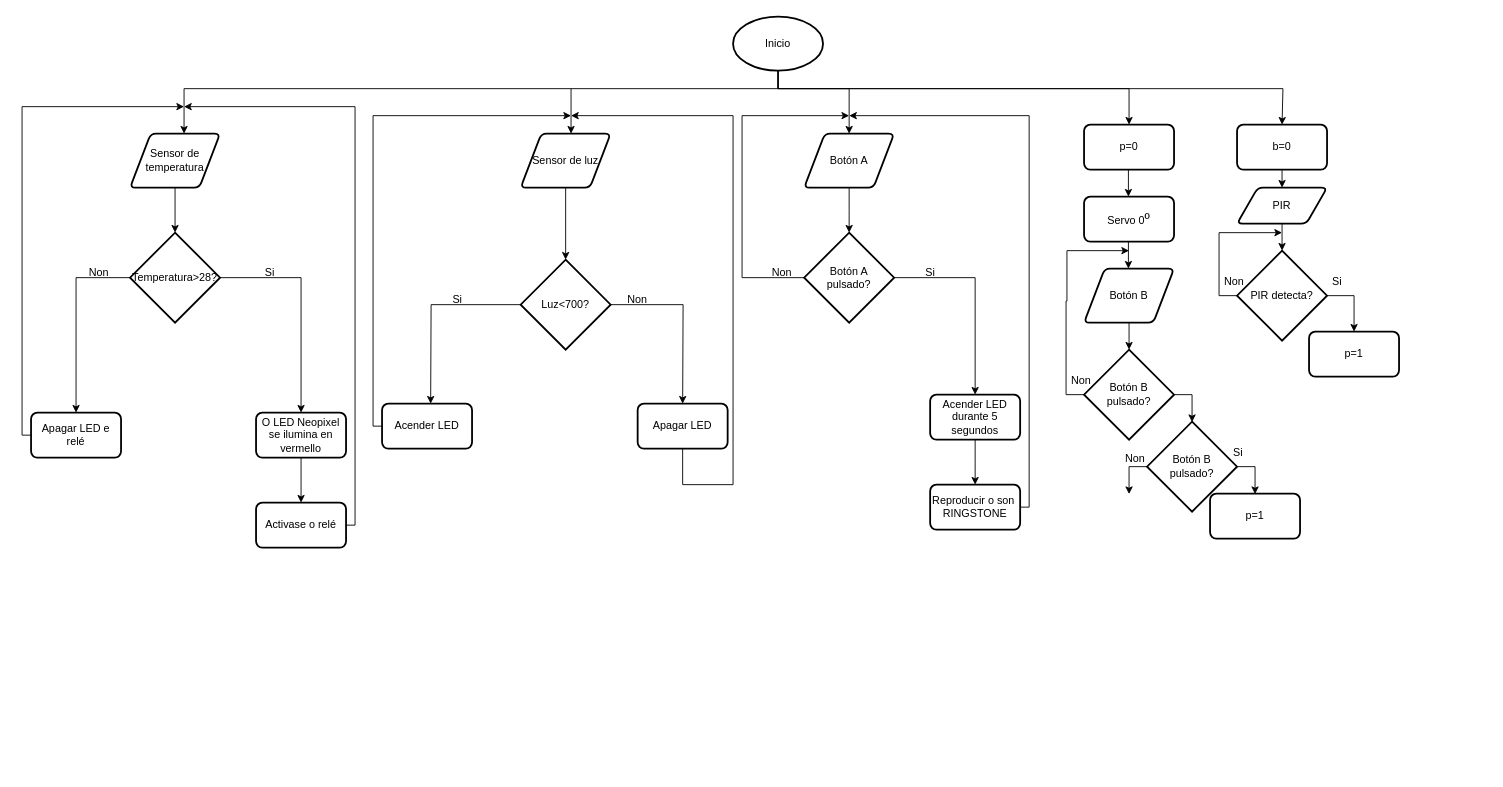
maquetateis4/domotica keeps this draw.io diagram as programas/PROGRAMA FINAL.drawio. Above is the earlier version. Source tidied: cells renumbered, new cells numbered last; positions are measured from the earlier drawing's top-left corner, leaving out a move shared by most shapes. Both pictures are drawn from the tidied source at 90%, with x=0, y=0 at pixel (22, 16).
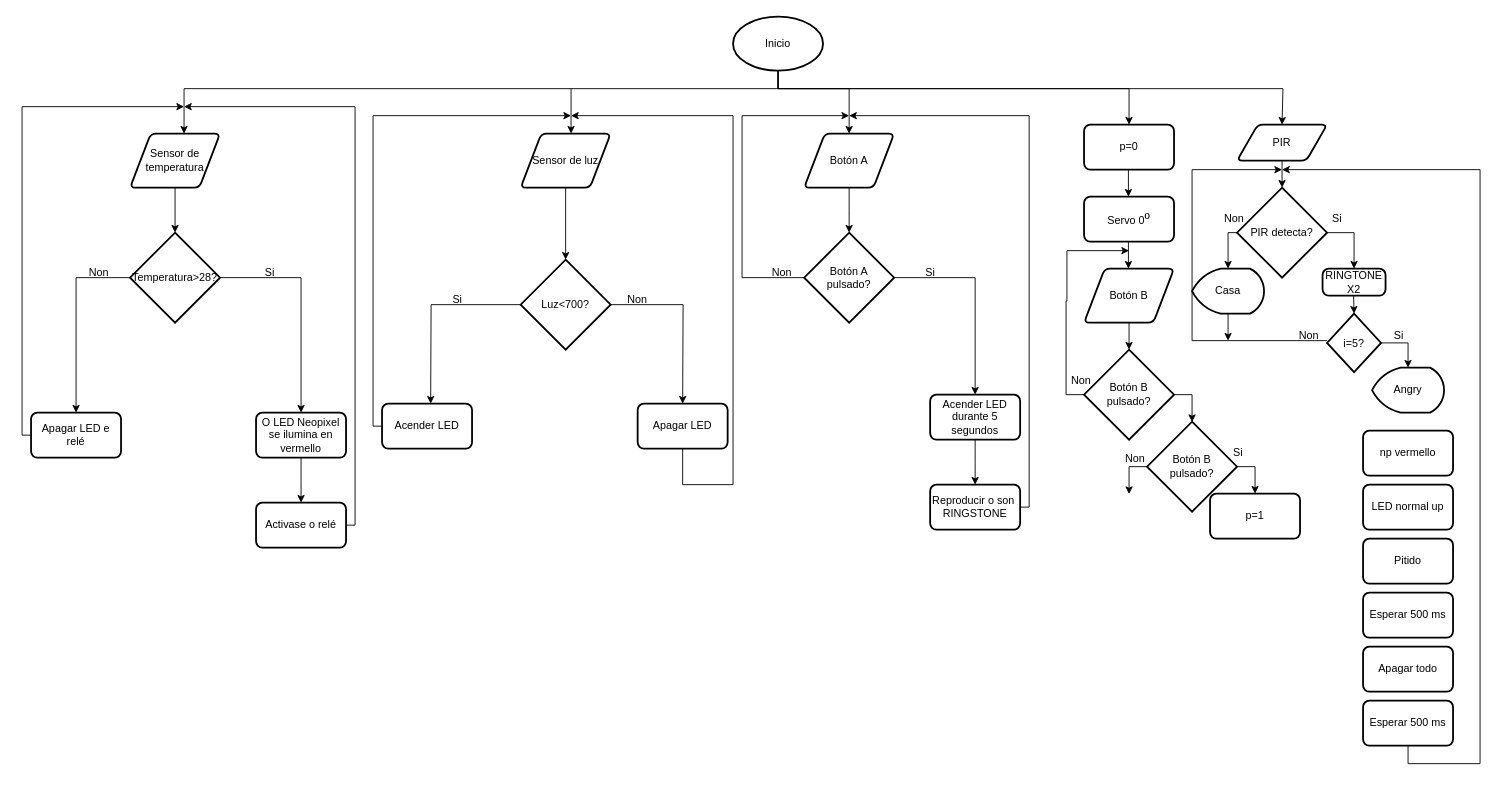
Above is the later version.

Unchanged cells that the change refers to:
```xml
<mxCell id="55" value="Botón B&lt;div&gt;pulsado?&lt;/div&gt;" style="strokeWidth=2;html=1;shape=mxgraph.flowchart.decision;whiteSpace=wrap;" parent="1" vertex="1">
  <mxGeometry x="1250" y="450" width="100" height="100" as="geometry" />
</mxCell>
```

What changed in the source:
```diff
@@
-    <mxCell id="53" style="edgeStyle=orthogonalEdgeStyle;rounded=0;jettySize=auto;html=1;" parent="1" edge="1" source="55">
+    <mxCell id="53" style="edgeStyle=orthogonalEdgeStyle;rounded=0;orthogonalLoop=1;jettySize=auto;html=1;" parent="1" edge="1">
       <mxGeometry relative="1" as="geometry">
+        <mxPoint x="1350" y="500" as="sourcePoint" />
         <mxPoint x="1370" y="530" as="targetPoint" />
       </mxGeometry>
     </mxCell>
@@
-    <mxCell id="59" style="edgeStyle=orthogonalEdgeStyle;rounded=0;jettySize=auto;html=1;" parent="1" edge="1" source="60">
-      <mxGeometry relative="1" as="geometry">
-        <mxPoint x="1400" y="190" as="targetPoint" />
-      </mxGeometry>
-    </mxCell>
-    <mxCell id="60" value="b=0" style="rounded=1;whiteSpace=wrap;html=1;absoluteArcSize=1;arcSize=14;strokeWidth=2;" parent="1" vertex="1">
-      <mxGeometry x="1350" y="120" width="100" height="50" as="geometry" />
-    </mxCell>
     <mxCell id="61" style="edgeStyle=orthogonalEdgeStyle;rounded=0;jettySize=auto;html=1;" parent="1" edge="1" source="62">
       <mxGeometry relative="1" as="geometry">
-        <mxPoint x="1400" y="260" as="targetPoint" />
+        <mxPoint x="1400" y="190" as="targetPoint" />
       </mxGeometry>
     </mxCell>
     <mxCell id="62" value="PIR" style="shape=parallelogram;html=1;strokeWidth=2;perimeter=parallelogramPerimeter;whiteSpace=wrap;rounded=1;arcSize=12;size=0.23;" parent="1" vertex="1">
-      <mxGeometry x="1350" y="190" width="100" height="40" as="geometry" />
+      <mxGeometry x="1350" y="120" width="100" height="40" as="geometry" />
     </mxCell>
-    <mxCell id="63" style="edgeStyle=orthogonalEdgeStyle;rounded=0;jettySize=auto;html=1;" parent="1" edge="1" source="65">
+    <mxCell id="63" style="edgeStyle=orthogonalEdgeStyle;rounded=0;jettySize=auto;html=1;" parent="1" edge="1" source="65" target="80">
       <mxGeometry relative="1" as="geometry">
-        <mxPoint x="1400" y="240" as="targetPoint" />
         <Array as="points">
-          <mxPoint x="1330" y="310" />
+          <mxPoint x="1340" y="240" />
         </Array>
       </mxGeometry>
     </mxCell>
     <mxCell id="64" style="edgeStyle=orthogonalEdgeStyle;rounded=0;jettySize=auto;html=1;" parent="1" edge="1" source="65">
       <mxGeometry relative="1" as="geometry">
-        <mxPoint x="1480" y="350" as="targetPoint" />
+        <mxPoint x="1480" y="280" as="targetPoint" />
         <Array as="points">
-          <mxPoint x="1480" y="310" />
+          <mxPoint x="1480" y="240" />
         </Array>
       </mxGeometry>
     </mxCell>
     <mxCell id="65" value="PIR detecta?" style="strokeWidth=2;html=1;shape=mxgraph.flowchart.decision;whiteSpace=wrap;" parent="1" vertex="1">
-      <mxGeometry x="1350" y="260" width="100" height="100" as="geometry" />
+      <mxGeometry x="1350" y="190" width="100" height="100" as="geometry" />
     </mxCell>
-    <mxCell id="66" value="p=1" style="rounded=1;whiteSpace=wrap;html=1;absoluteArcSize=1;arcSize=14;strokeWidth=2;" parent="1" vertex="1">
-      <mxGeometry x="1430" y="350" width="100" height="50" as="geometry" />
+    <mxCell id="66" value="np vermello" style="rounded=1;whiteSpace=wrap;html=1;absoluteArcSize=1;arcSize=14;strokeWidth=2;" parent="1" vertex="1">
+      <mxGeometry x="1490" y="460" width="100" height="50" as="geometry" />
     </mxCell>
     <mxCell id="67" value="Non" style="text;strokeColor=none;fillColor=none;align=left;verticalAlign=middle;spacingLeft=4;spacingRight=4;overflow=hidden;whiteSpace=wrap;html=1;" parent="1" vertex="1">
-      <mxGeometry x="1330" y="280" width="80" height="30" as="geometry" />
+      <mxGeometry x="1330" y="210" width="80" height="30" as="geometry" />
     </mxCell>
     <mxCell id="68" value="Si" style="text;strokeColor=none;fillColor=none;align=left;verticalAlign=middle;spacingLeft=4;spacingRight=4;overflow=hidden;whiteSpace=wrap;html=1;" parent="1" vertex="1">
-      <mxGeometry x="1450" y="280" width="80" height="30" as="geometry" />
+      <mxGeometry x="1450" y="210" width="80" height="30" as="geometry" />
     </mxCell>
+    <mxCell id="69" style="edgeStyle=orthogonalEdgeStyle;rounded=0;jettySize=auto;html=1;" parent="1" edge="1" source="71">
+      <mxGeometry relative="1" as="geometry">
+        <mxPoint x="1540" y="390" as="targetPoint" />
+        <Array as="points">
+          <mxPoint x="1540" y="363" />
+        </Array>
+      </mxGeometry>
+    </mxCell>
+    <mxCell id="70" style="edgeStyle=orthogonalEdgeStyle;rounded=0;jettySize=auto;html=1;" parent="1" edge="1" source="71">
+      <mxGeometry relative="1" as="geometry">
+        <mxPoint x="1400" y="170" as="targetPoint" />
+        <Array as="points">
+          <mxPoint x="1300" y="360" />
+          <mxPoint x="1300" y="170" />
+        </Array>
+      </mxGeometry>
+    </mxCell>
+    <mxCell id="71" value="i=5?" style="strokeWidth=2;html=1;shape=mxgraph.flowchart.decision;whiteSpace=wrap;" parent="1" vertex="1">
+      <mxGeometry x="1450" y="330" width="60" height="65" as="geometry" />
+    </mxCell>
+    <mxCell id="72" value="Angry" style="strokeWidth=2;html=1;shape=mxgraph.flowchart.display;whiteSpace=wrap;" parent="1" vertex="1">
+      <mxGeometry x="1500" y="390" width="80" height="50" as="geometry" />
+    </mxCell>
+    <mxCell id="73" value="LED normal up" style="rounded=1;whiteSpace=wrap;html=1;absoluteArcSize=1;arcSize=14;strokeWidth=2;" parent="1" vertex="1">
+      <mxGeometry x="1490" y="520" width="100" height="50" as="geometry" />
+    </mxCell>
+    <mxCell id="74" value="Pitido" style="rounded=1;whiteSpace=wrap;html=1;absoluteArcSize=1;arcSize=14;strokeWidth=2;" parent="1" vertex="1">
+      <mxGeometry x="1490" y="580" width="100" height="50" as="geometry" />
+    </mxCell>
+    <mxCell id="75" value="Esperar 500 ms" style="rounded=1;whiteSpace=wrap;html=1;absoluteArcSize=1;arcSize=14;strokeWidth=2;" parent="1" vertex="1">
+      <mxGeometry x="1490" y="640" width="100" height="50" as="geometry" />
+    </mxCell>
+    <mxCell id="76" value="Apagar todo" style="rounded=1;whiteSpace=wrap;html=1;absoluteArcSize=1;arcSize=14;strokeWidth=2;" parent="1" vertex="1">
+      <mxGeometry x="1490" y="700" width="100" height="50" as="geometry" />
+    </mxCell>
+    <mxCell id="77" style="edgeStyle=orthogonalEdgeStyle;rounded=0;jettySize=auto;html=1;" parent="1" edge="1" source="78">
+      <mxGeometry relative="1" as="geometry">
+        <mxPoint x="1400" y="170" as="targetPoint" />
+        <Array as="points">
+          <mxPoint x="1540" y="830" />
+          <mxPoint x="1620" y="830" />
+        </Array>
+      </mxGeometry>
+    </mxCell>
+    <mxCell id="78" value="Esperar 500 ms" style="rounded=1;whiteSpace=wrap;html=1;absoluteArcSize=1;arcSize=14;strokeWidth=2;" parent="1" vertex="1">
+      <mxGeometry x="1490" y="760" width="100" height="50" as="geometry" />
+    </mxCell>
+    <mxCell id="79" style="edgeStyle=orthogonalEdgeStyle;rounded=0;jettySize=auto;html=1;" parent="1" edge="1" source="80">
+      <mxGeometry relative="1" as="geometry">
+        <mxPoint x="1340" y="360" as="targetPoint" />
+      </mxGeometry>
+    </mxCell>
+    <mxCell id="80" value="Casa" style="strokeWidth=2;html=1;shape=mxgraph.flowchart.display;whiteSpace=wrap;" parent="1" vertex="1">
+      <mxGeometry x="1300" y="280" width="80" height="50" as="geometry" />
+    </mxCell>
+    <mxCell id="81" value="RINGTONE X2" style="rounded=1;whiteSpace=wrap;html=1;absoluteArcSize=1;arcSize=14;strokeWidth=2;" parent="1" vertex="1">
+      <mxGeometry x="1445" y="280" width="70" height="30" as="geometry" />
+    </mxCell>
+    <mxCell id="82" style="endArrow=classic;html=1;rounded=0;" parent="1" edge="1">
+      <mxGeometry relative="1" as="geometry">
+        <mxPoint x="1479.5" y="310" as="sourcePoint" />
+        <mxPoint x="1480" y="330" as="targetPoint" />
+      </mxGeometry>
+    </mxCell>
+    <mxCell id="83" value="Non" style="text;html=1;align=center;verticalAlign=middle;whiteSpace=wrap;rounded=0;" parent="1" vertex="1">
+      <mxGeometry x="1400" y="340" width="60" height="30" as="geometry" />
+    </mxCell>
+    <mxCell id="84" value="Si" style="text;html=1;align=center;verticalAlign=middle;whiteSpace=wrap;rounded=0;" parent="1" vertex="1">
+      <mxGeometry x="1500" y="340" width="60" height="30" as="geometry" />
+    </mxCell>
```
